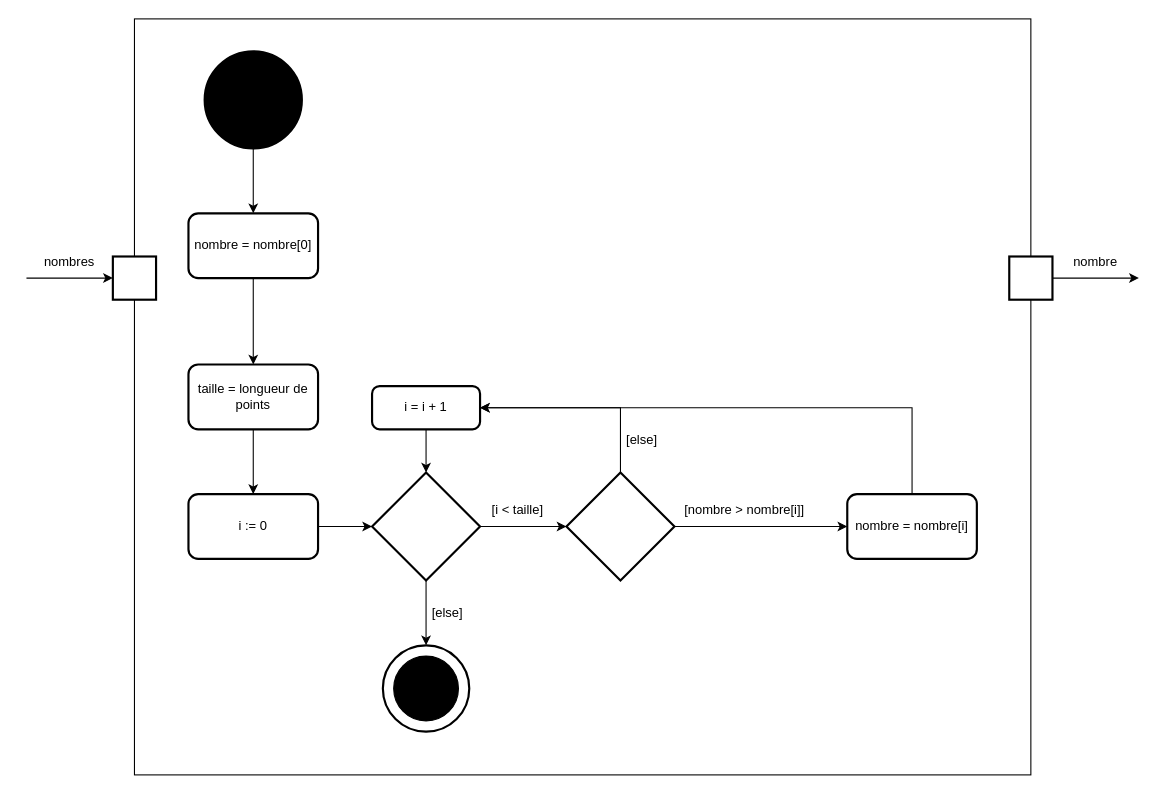
Earlier version of the draw.io diagram report/UML/stats.min.drawio (cidit/udes.gro.correction-de-capteurs-limites). Source tidied: cells renumbered, new cells numbered last; positions are measured from the earlier drawing's top-left corner, leaving out a move shared by most shapes. Both pictures are drawn from the tidied source at 108%, with x=0, y=0 at pixel (26, 18).
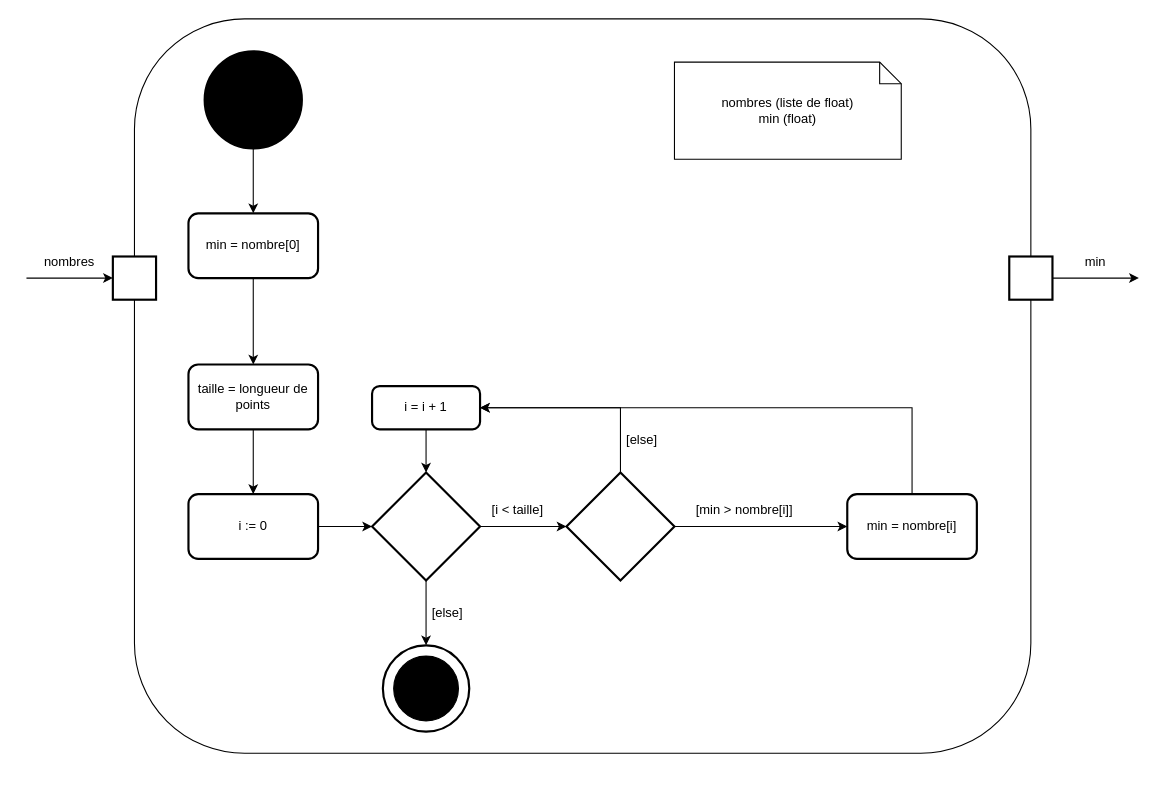
After the change.

Change to the diagram source:
```diff
@@
-    <mxCell id="2" style="rounded=0;whiteSpace=wrap;html=1;fillColor=none;" parent="1" vertex="1">
-      <mxGeometry x="100" width="830" height="700" as="geometry" />
-    </mxCell>
+    <mxCell id="34" style="rounded=1;whiteSpace=wrap;html=1;roundedPerimeter=1;fillColor=none;" parent="1" vertex="1">
+      <mxGeometry x="100" width="830" height="680" as="geometry" />
+    </mxCell>
@@
-    <mxCell id="6" value="nombre = nombre[0]" style="rounded=1;whiteSpace=wrap;html=1;strokeWidth=2;" parent="1" vertex="1">
+    <mxCell id="6" value="min = nombre[0]" style="rounded=1;whiteSpace=wrap;html=1;strokeWidth=2;" parent="1" vertex="1">
       <mxGeometry x="150" y="180" width="120" height="60" as="geometry" />
     </mxCell>
@@
-    <mxCell id="29" value="nombre" style="text;html=1;whiteSpace=wrap;strokeColor=none;fillColor=none;align=center;verticalAlign=middle;rounded=0;" parent="1" vertex="1">
+    <mxCell id="29" value="min" style="text;html=1;whiteSpace=wrap;strokeColor=none;fillColor=none;align=center;verticalAlign=middle;rounded=0;" parent="1" vertex="1">
       <mxGeometry x="960" y="210" width="60" height="30" as="geometry" />
     </mxCell>
@@
-    <mxCell id="32" value="nombre = nombre[i]" style="rounded=1;whiteSpace=wrap;html=1;strokeWidth=2;" parent="1" vertex="1">
+    <mxCell id="32" value="min = nombre[i]" style="rounded=1;whiteSpace=wrap;html=1;strokeWidth=2;" parent="1" vertex="1">
       <mxGeometry x="760" y="440" width="120" height="60" as="geometry" />
     </mxCell>
-    <mxCell id="33" value="[nombre &amp;gt; nombre[i]]" style="text;html=1;whiteSpace=wrap;strokeColor=none;fillColor=none;align=center;verticalAlign=middle;rounded=0;" parent="1" vertex="1">
+    <mxCell id="33" value="[min &amp;gt; nombre[i]]" style="text;html=1;whiteSpace=wrap;strokeColor=none;fillColor=none;align=center;verticalAlign=middle;rounded=0;" parent="1" vertex="1">
       <mxGeometry x="600" y="440" width="130" height="30" as="geometry" />
     </mxCell>
+    <mxCell id="35" value="nombres (liste de float)&lt;div&gt;min (float)&lt;/div&gt;" style="shape=note;size=20;whiteSpace=wrap;html=1;" parent="1" vertex="1">
+      <mxGeometry x="600" y="40" width="210" height="90" as="geometry" />
+    </mxCell>
```
